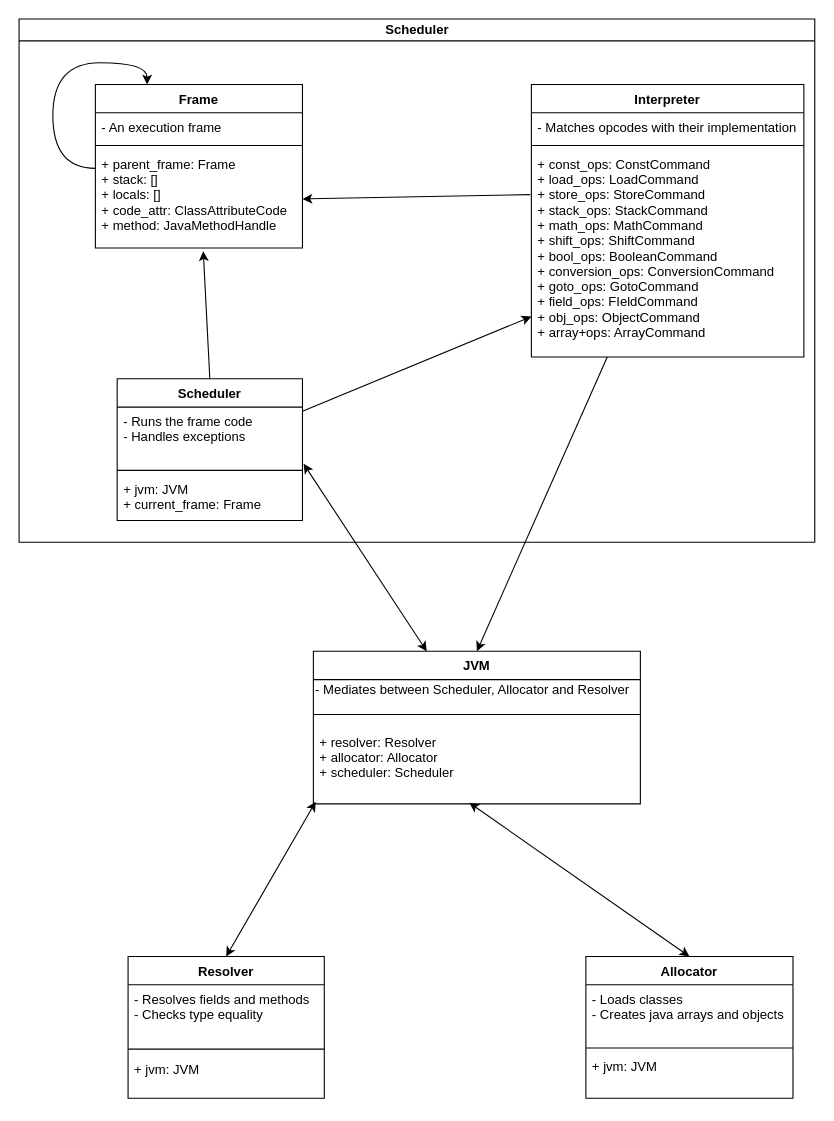
Before: diagram.drawio in chrimeea/giuseppe, a draw.io diagram. Source tidied: cells renumbered, new cells numbered last; positions are measured from the earlier drawing's top-left corner, leaving out a move shared by most shapes. Both pictures are drawn from the tidied source at 109%, with x=0, y=0 at pixel (19, 19).
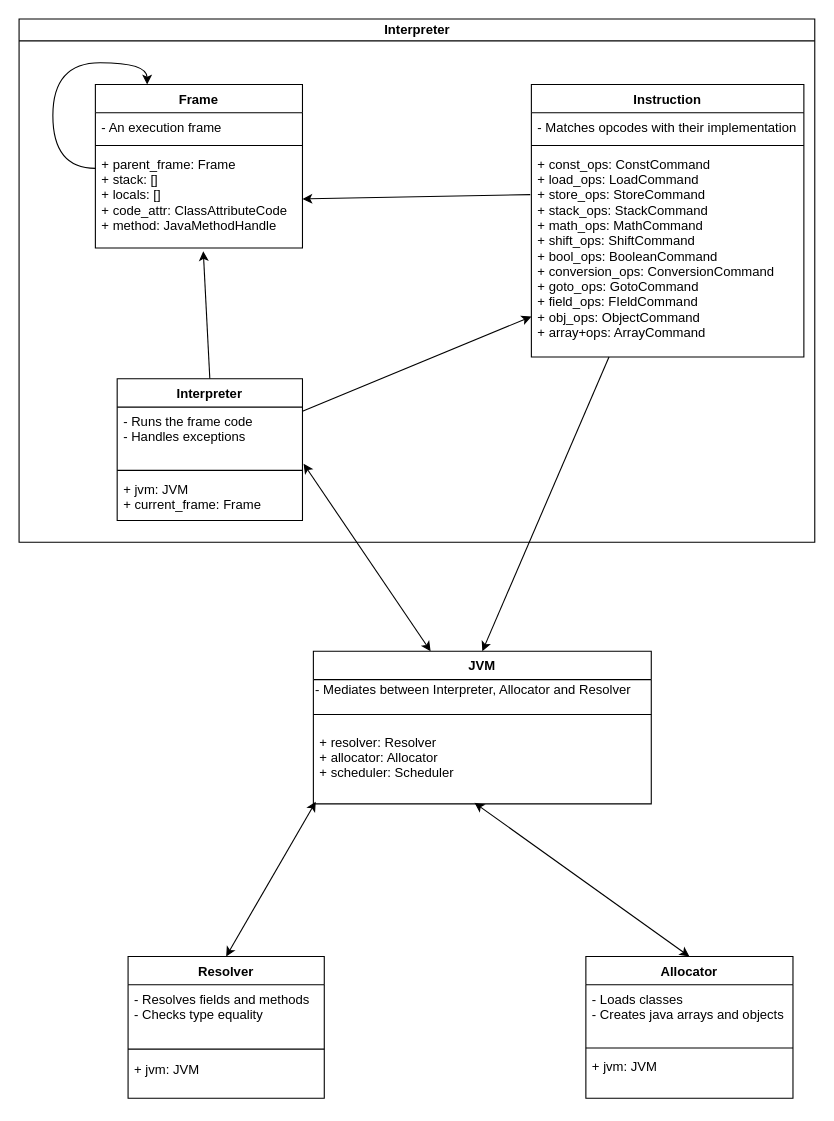
The same diagram, later.

The edit, as a diff of the source:
```diff
@@
     <mxCell id="5" value="JVM" style="swimlane;fontStyle=1;align=center;verticalAlign=top;horizontal=1;startSize=26;" parent="1" vertex="1">
-      <mxGeometry x="270" y="580" width="300" height="140" as="geometry" />
+      <mxGeometry x="270" y="580" width="310" height="140" as="geometry" />
     </mxCell>
-    <mxCell id="6" value="- Mediates between Scheduler, Allocator and Resolver" style="text;html=1;align=left;verticalAlign=middle;" parent="5" vertex="1">
-      <mxGeometry y="26" width="300" height="20" as="geometry" />
+    <mxCell id="6" value="- Mediates between Interpreter, Allocator and Resolver" style="text;html=1;align=left;verticalAlign=middle;" parent="5" vertex="1">
+      <mxGeometry y="26" width="310" height="20" as="geometry" />
     </mxCell>
     <mxCell id="7" style="line;strokeWidth=1;fillColor=none;align=left;verticalAlign=middle;spacingTop=-1;spacingLeft=3;spacingRight=3;labelPosition=right;" parent="5" vertex="1">
-      <mxGeometry y="46" width="300" height="24" as="geometry" />
+      <mxGeometry y="46" width="310" height="24" as="geometry" />
     </mxCell>
     <mxCell id="8" value="+ resolver: Resolver&#10;+ allocator: Allocator&#10;+ scheduler: Scheduler" style="text;strokeColor=none;fillColor=none;align=left;verticalAlign=top;spacingLeft=4;spacingRight=4;overflow=hidden;points=[[0,0.5],[1,0.5]];portConstraint=eastwest;" parent="5" vertex="1">
-      <mxGeometry y="70" width="300" height="70" as="geometry" />
+      <mxGeometry y="70" width="310" height="70" as="geometry" />
     </mxCell>
@@
-    <mxCell id="19" value="Scheduler" style="swimlane;fontStyle=1;align=center;verticalAlign=top;horizontal=1;startSize=26;" parent="1" vertex="1">
+    <mxCell id="19" value="Interpreter" style="swimlane;fontStyle=1;align=center;verticalAlign=top;horizontal=1;startSize=26;" parent="1" vertex="1">
       <mxGeometry x="90" y="330" width="170" height="130" as="geometry" />
     </mxCell>
@@
-    <mxCell id="29" value="Interpreter" style="swimlane;fontStyle=1;align=center;verticalAlign=top;horizontal=1;startSize=26;" parent="1" vertex="1">
+    <mxCell id="29" value="Instruction" style="swimlane;fontStyle=1;align=center;verticalAlign=top;horizontal=1;startSize=26;" parent="1" vertex="1">
       <mxGeometry x="470" y="60" width="250" height="250" as="geometry" />
     </mxCell>
@@
-    <mxCell id="34" value="Scheduler" style="swimlane;html=1;startSize=20;horizontal=1;containerType=tree;newEdgeStyle={&quot;edgeStyle&quot;:&quot;elbowEdgeStyle&quot;,&quot;startArrow&quot;:&quot;none&quot;,&quot;endArrow&quot;:&quot;none&quot;};" parent="1" vertex="1">
+    <mxCell id="34" value="Interpreter" style="swimlane;html=1;startSize=20;horizontal=1;containerType=tree;newEdgeStyle={&quot;edgeStyle&quot;:&quot;elbowEdgeStyle&quot;,&quot;startArrow&quot;:&quot;none&quot;,&quot;endArrow&quot;:&quot;none&quot;};" parent="1" vertex="1">
       <mxGeometry width="730" height="480" as="geometry" />
     </mxCell>
```
